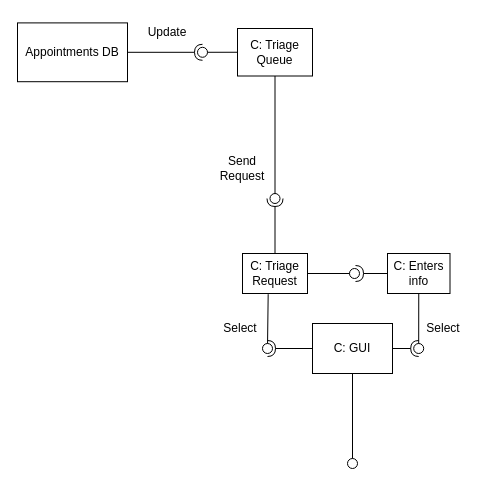
Before: JustinWork/Component.drawio in SENG-350-2024-fall/Team9, a draw.io diagram. Source tidied: cells renumbered, new cells numbered last; positions are measured from the earlier drawing's top-left corner, leaving out a move shared by most shapes. Both pictures are drawn from the tidied source at 100%, with x=0, y=0 at pixel (17, 17).
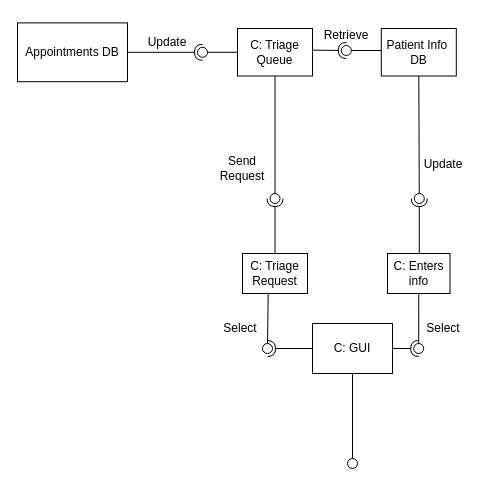
The same page after the edit.

Unchanged cells that the change refers to:
```xml
<mxCell id="2" value="C: Triage Queue" style="rounded=0;whiteSpace=wrap;html=1;" parent="1" vertex="1">
  <mxGeometry x="220" y="11" width="75" height="47.5" as="geometry" />
</mxCell>
<mxCell id="3" value="C: Enters info" style="rounded=0;whiteSpace=wrap;html=1;" parent="1" vertex="1">
  <mxGeometry x="370" y="236" width="62.5" height="40" as="geometry" />
</mxCell>
<mxCell id="4" value="C: Triage Request" style="rounded=0;whiteSpace=wrap;html=1;" parent="1" vertex="1">
  <mxGeometry x="225" y="236" width="65" height="40" as="geometry" />
</mxCell>
```

Diff of the diagram source:
```diff
@@
     <mxCell id="21" value="Update" style="text;html=1;align=center;verticalAlign=middle;whiteSpace=wrap;rounded=0;" parent="1" vertex="1">
-      <mxGeometry x="120" y="-0.2" width="60" height="30" as="geometry" />
+      <mxGeometry x="120" y="9.8" width="60" height="30" as="geometry" />
     </mxCell>
@@
-    <mxCell id="25" style="rounded=0;jettySize=auto;html=1;endArrow=halfCircle;endFill=0;endSize=6;strokeWidth=1;sketch=0;exitX=0;exitY=0.5;exitDx=0;exitDy=0;" parent="1" edge="1" source="3">
-      <mxGeometry relative="1" as="geometry">
-        <mxPoint x="338" y="256" as="targetPoint" />
-      </mxGeometry>
-    </mxCell>
-    <mxCell id="26" style="rounded=0;jettySize=auto;html=1;endArrow=oval;endFill=0;sketch=0;sourcePerimeterSpacing=0;targetPerimeterSpacing=0;endSize=10;exitX=1;exitY=0.5;exitDx=0;exitDy=0;" parent="1" edge="1" source="4">
-      <mxGeometry relative="1" as="geometry">
-        <mxPoint x="337" y="256" as="targetPoint" />
-      </mxGeometry>
-    </mxCell>
+    <mxCell id="27" value="Update" style="text;html=1;align=center;verticalAlign=middle;whiteSpace=wrap;rounded=0;" parent="1" vertex="1">
+      <mxGeometry x="396.2" y="132" width="60" height="30" as="geometry" />
+    </mxCell>
+    <mxCell id="28" value="Patient Info&amp;nbsp;&lt;div&gt;DB&lt;/div&gt;" style="rounded=0;whiteSpace=wrap;html=1;" parent="1" vertex="1">
+      <mxGeometry x="363.8" y="11" width="75" height="47.5" as="geometry" />
+    </mxCell>
+    <mxCell id="29" style="rounded=0;orthogonalLoop=1;jettySize=auto;html=1;endArrow=halfCircle;endFill=0;endSize=6;strokeWidth=1;sketch=0;exitX=0.5;exitY=0;exitDx=0;exitDy=0;" parent="1" edge="1">
+      <mxGeometry relative="1" as="geometry">
+        <mxPoint x="401.8" y="236" as="sourcePoint" />
+        <mxPoint x="401.8" y="181" as="targetPoint" />
+      </mxGeometry>
+    </mxCell>
+    <mxCell id="30" style="rounded=0;jettySize=auto;html=1;endArrow=oval;endFill=0;sketch=0;sourcePerimeterSpacing=0;targetPerimeterSpacing=0;endSize=10;exitX=0.5;exitY=1;exitDx=0;exitDy=0;" parent="1" edge="1" source="28">
+      <mxGeometry relative="1" as="geometry">
+        <mxPoint x="401.8" y="181" as="targetPoint" />
+      </mxGeometry>
+    </mxCell>
+    <mxCell id="31" style="rounded=0;jettySize=auto;html=1;endArrow=halfCircle;endFill=0;endSize=6;strokeWidth=1;sketch=0;exitX=0.998;exitY=0.456;exitDx=0;exitDy=0;exitPerimeter=0;" parent="1" edge="1" source="2">
+      <mxGeometry relative="1" as="geometry">
+        <mxPoint x="328.8" y="33" as="targetPoint" />
+      </mxGeometry>
+    </mxCell>
+    <mxCell id="32" style="rounded=0;orthogonalLoop=1;jettySize=auto;html=1;endArrow=oval;endFill=0;sketch=0;sourcePerimeterSpacing=0;targetPerimeterSpacing=0;endSize=10;exitX=0;exitY=0.5;exitDx=0;exitDy=0;" parent="1" edge="1">
+      <mxGeometry relative="1" as="geometry">
+        <mxPoint x="363.8" y="33" as="sourcePoint" />
+        <mxPoint x="328.8" y="33" as="targetPoint" />
+      </mxGeometry>
+    </mxCell>
+    <mxCell id="33" value="Retrieve" style="text;html=1;align=center;verticalAlign=middle;whiteSpace=wrap;rounded=0;" parent="1" vertex="1">
+      <mxGeometry x="299" y="3" width="60" height="30" as="geometry" />
+    </mxCell>
```
